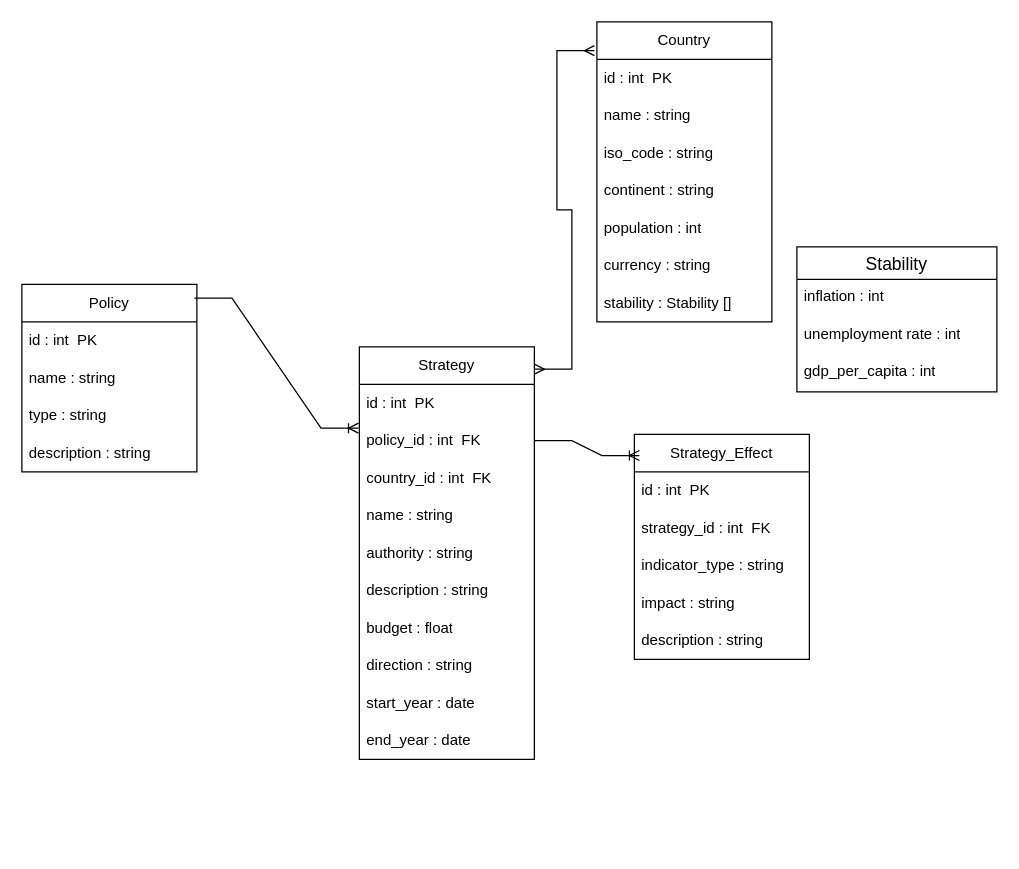
Earlier version of the draw.io diagram kn-m-02/Logisches Modell.drawio (Coding-Bz/ContraSql). Source tidied: cells renumbered, new cells numbered last; positions are measured from the earlier drawing's top-left corner, leaving out a move shared by most shapes. Both pictures are drawn from the tidied source at 125%, with x=0, y=0 at pixel (21, 21).
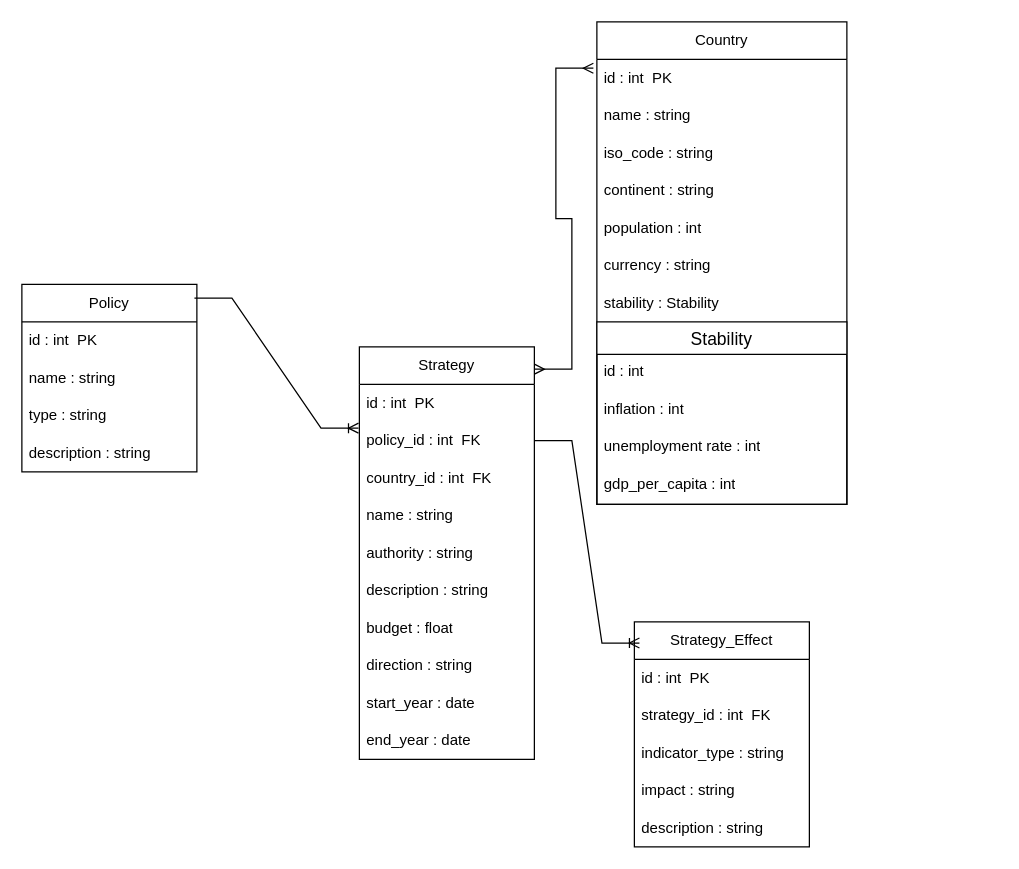
Above is the later version.

Change to the diagram source:
```diff
@@
     <mxCell id="18" value="Country" style="swimlane;fontStyle=0;horizontal=1;startSize=30;whiteSpace=wrap;html=1;" parent="1" vertex="1">
-      <mxGeometry x="460" width="140" height="240" as="geometry" />
+      <mxGeometry x="460" width="200" height="386" as="geometry" />
     </mxCell>
     <mxCell id="19" value="id : int&amp;nbsp; PK" style="text;strokeColor=none;fillColor=none;align=left;verticalAlign=middle;spacingLeft=4;spacingRight=4;overflow=hidden;whiteSpace=wrap;html=1;" parent="18" vertex="1">
-      <mxGeometry y="30" width="140" height="30" as="geometry" />
+      <mxGeometry y="30" width="200" height="30" as="geometry" />
     </mxCell>
     <mxCell id="20" value="name : string" style="text;strokeColor=none;fillColor=none;align=left;verticalAlign=middle;spacingLeft=4;spacingRight=4;overflow=hidden;whiteSpace=wrap;html=1;" parent="18" vertex="1">
-      <mxGeometry y="60" width="140" height="30" as="geometry" />
+      <mxGeometry y="60" width="200" height="30" as="geometry" />
     </mxCell>
     <mxCell id="21" value="iso_code : string" style="text;strokeColor=none;fillColor=none;align=left;verticalAlign=middle;spacingLeft=4;spacingRight=4;overflow=hidden;whiteSpace=wrap;html=1;" parent="18" vertex="1">
-      <mxGeometry y="90" width="140" height="30" as="geometry" />
+      <mxGeometry y="90" width="200" height="30" as="geometry" />
     </mxCell>
     <mxCell id="22" value="continent : string" style="text;strokeColor=none;fillColor=none;align=left;verticalAlign=middle;spacingLeft=4;spacingRight=4;overflow=hidden;whiteSpace=wrap;html=1;" parent="18" vertex="1">
-      <mxGeometry y="120" width="140" height="30" as="geometry" />
+      <mxGeometry y="120" width="200" height="30" as="geometry" />
     </mxCell>
     <mxCell id="23" value="population : int" style="text;strokeColor=none;fillColor=none;align=left;verticalAlign=middle;spacingLeft=4;spacingRight=4;overflow=hidden;whiteSpace=wrap;html=1;" parent="18" vertex="1">
-      <mxGeometry y="150" width="140" height="30" as="geometry" />
+      <mxGeometry y="150" width="200" height="30" as="geometry" />
     </mxCell>
     <mxCell id="24" value="currency : string" style="text;strokeColor=none;fillColor=none;align=left;verticalAlign=middle;spacingLeft=4;spacingRight=4;overflow=hidden;whiteSpace=wrap;html=1;" parent="18" vertex="1">
-      <mxGeometry y="180" width="140" height="30" as="geometry" />
+      <mxGeometry y="180" width="200" height="30" as="geometry" />
     </mxCell>
-    <mxCell id="25" value="stability : Stability []" style="text;strokeColor=none;fillColor=none;align=left;verticalAlign=middle;spacingLeft=4;spacingRight=4;overflow=hidden;whiteSpace=wrap;html=1;" parent="18" vertex="1">
-      <mxGeometry y="210" width="140" height="30" as="geometry" />
+    <mxCell id="25" value="stability : Stability&amp;nbsp;" style="text;strokeColor=none;fillColor=none;align=left;verticalAlign=middle;spacingLeft=4;spacingRight=4;overflow=hidden;whiteSpace=wrap;html=1;" parent="18" vertex="1">
+      <mxGeometry y="210" width="200" height="30" as="geometry" />
     </mxCell>
+    <mxCell id="35" value="Stability" style="swimlane;fontStyle=0;horizontal=1;startSize=26;align=center;fontSize=14;" parent="18" vertex="1">
+      <mxGeometry y="240" width="200" height="146" as="geometry" />
+    </mxCell>
+    <mxCell id="39" value="id : int" style="text;strokeColor=none;fillColor=none;spacingLeft=4;spacingRight=4;overflow=hidden;fontSize=12;whiteSpace=wrap;html=1;" parent="35" vertex="1">
+      <mxGeometry y="26" width="200" height="30" as="geometry" />
+    </mxCell>
+    <mxCell id="36" value="inflation : int" style="text;strokeColor=none;fillColor=none;spacingLeft=4;spacingRight=4;overflow=hidden;fontSize=12;whiteSpace=wrap;html=1;" parent="35" vertex="1">
+      <mxGeometry y="56" width="200" height="30" as="geometry" />
+    </mxCell>
+    <mxCell id="37" value="unemployment rate : int" style="text;strokeColor=none;fillColor=none;spacingLeft=4;spacingRight=4;overflow=hidden;fontSize=12;whiteSpace=wrap;html=1;" parent="35" vertex="1">
+      <mxGeometry y="86" width="200" height="30" as="geometry" />
+    </mxCell>
+    <mxCell id="38" value="gdp_per_capita : int" style="text;strokeColor=none;fillColor=none;spacingLeft=4;spacingRight=4;overflow=hidden;fontSize=12;whiteSpace=wrap;html=1;" parent="35" vertex="1">
+      <mxGeometry y="116" width="200" height="30" as="geometry" />
+    </mxCell>
     <mxCell id="26" value="Strategy_Effect" style="swimlane;fontStyle=0;horizontal=1;startSize=30;whiteSpace=wrap;html=1;" parent="1" vertex="1">
-      <mxGeometry x="490" y="330" width="140" height="180" as="geometry" />
+      <mxGeometry x="490" y="480" width="140" height="180" as="geometry" />
     </mxCell>
@@
-    <mxCell id="35" value="Stability" style="swimlane;fontStyle=0;horizontal=1;startSize=26;align=center;fontSize=14;" parent="1" vertex="1">
-      <mxGeometry x="620" y="180" width="160" height="116" as="geometry" />
-    </mxCell>
-    <mxCell id="36" value="inflation : int" style="text;strokeColor=none;fillColor=none;spacingLeft=4;spacingRight=4;overflow=hidden;fontSize=12;whiteSpace=wrap;html=1;" parent="35" vertex="1">
-      <mxGeometry y="26" width="160" height="30" as="geometry" />
-    </mxCell>
-    <mxCell id="37" value="unemployment rate : int" style="text;strokeColor=none;fillColor=none;spacingLeft=4;spacingRight=4;overflow=hidden;fontSize=12;whiteSpace=wrap;html=1;" parent="35" vertex="1">
-      <mxGeometry y="56" width="160" height="30" as="geometry" />
-    </mxCell>
-    <mxCell id="38" value="gdp_per_capita : int" style="text;strokeColor=none;fillColor=none;spacingLeft=4;spacingRight=4;overflow=hidden;fontSize=12;whiteSpace=wrap;html=1;" parent="35" vertex="1">
-      <mxGeometry y="86" width="160" height="30" as="geometry" />
-    </mxCell>
```
